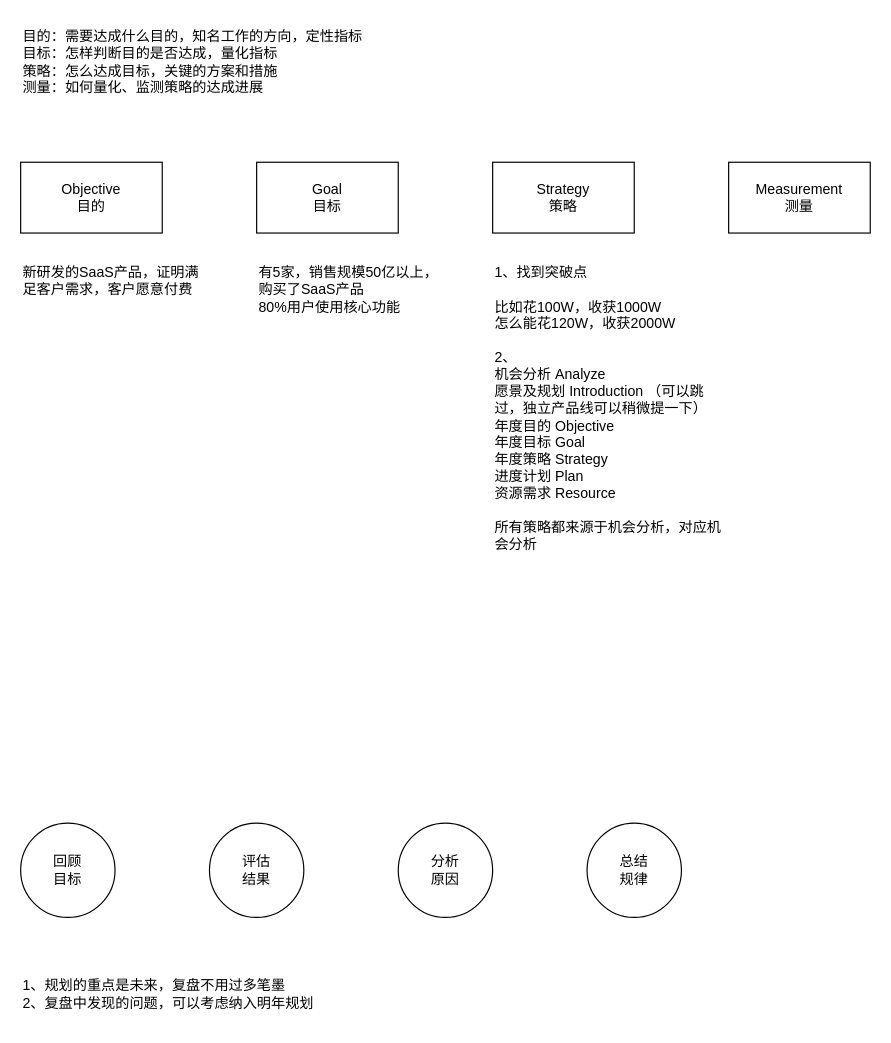
0573xieguojia/To-program keeps this draw.io diagram as LLSI/产品规划方法.drawio. Above is the earlier version. Source tidied: cells renumbered, new cells numbered last; positions are measured from the earlier drawing's top-left corner, leaving out a move shared by most shapes. Both pictures are drawn from the tidied source at 118%, with x=0, y=0 at pixel (20, 20).
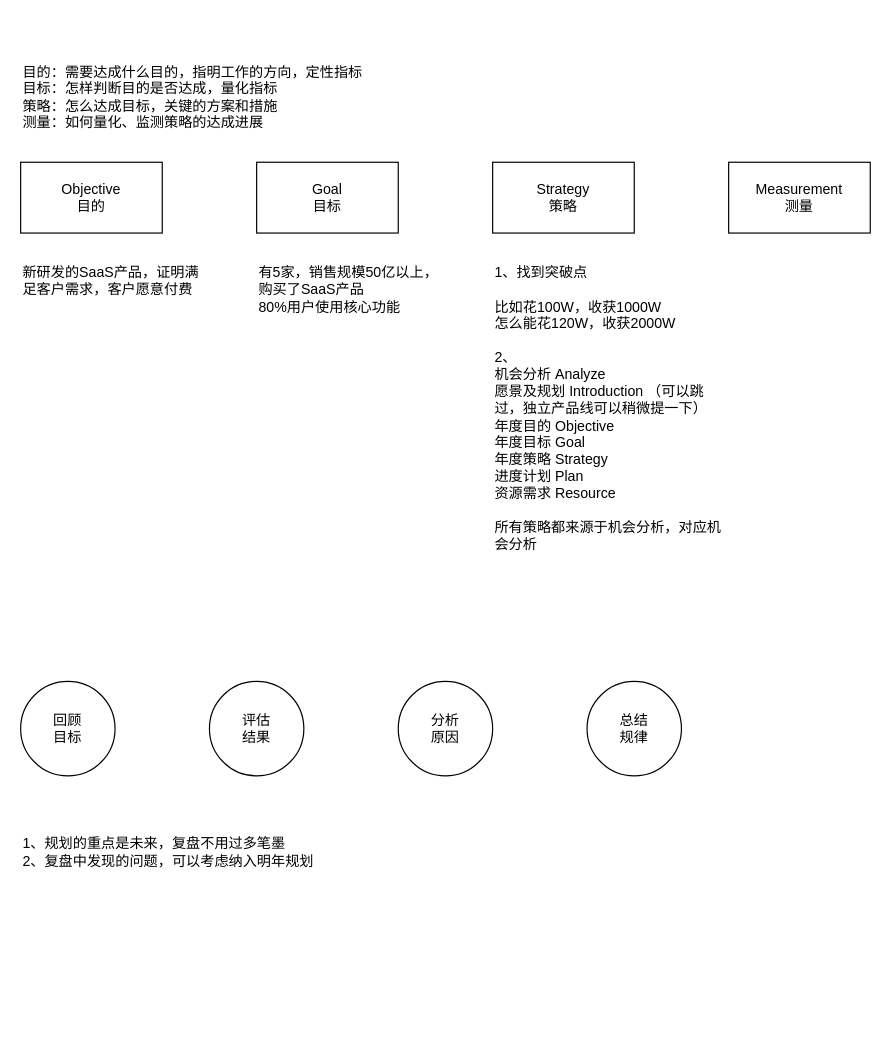
The same page after the edit.

Commit message:
更新产品规划方法.drawio

Diff of the diagram source:
```diff
@@
 <mxGraphModel>
   <root>
     <mxCell id="0" />
     <mxCell id="1" parent="0" />
     <mxCell id="2" value="Objective&lt;br&gt;目的" style="rounded=0;whiteSpace=wrap;html=1;" parent="1" vertex="1">
       <mxGeometry y="120" width="120" height="60" as="geometry" />
     </mxCell>
     <mxCell id="3" value="Goal&lt;br&gt;目标" style="rounded=0;whiteSpace=wrap;html=1;" parent="1" vertex="1">
       <mxGeometry x="200" y="120" width="120" height="60" as="geometry" />
     </mxCell>
     <mxCell id="4" value="Strategy&lt;br&gt;策略" style="rounded=0;whiteSpace=wrap;html=1;" parent="1" vertex="1">
       <mxGeometry x="400" y="120" width="120" height="60" as="geometry" />
     </mxCell>
     <mxCell id="5" value="Measurement&lt;br&gt;测量" style="rounded=0;whiteSpace=wrap;html=1;" parent="1" vertex="1">
       <mxGeometry x="600" y="120" width="120" height="60" as="geometry" />
     </mxCell>
     <mxCell id="6" value="有5家，销售规模50亿以上，购买了SaaS产品&lt;br&gt;80%用户使用核心功能" style="text;html=1;strokeColor=none;fillColor=none;align=left;verticalAlign=top;whiteSpace=wrap;rounded=0;" parent="1" vertex="1">
       <mxGeometry x="200" y="200" width="160" height="50" as="geometry" />
     </mxCell>
-    <mxCell id="7" value="目的：需要达成什么目的，知名工作的方向，定性指标&lt;br&gt;目标：怎样判断目的是否达成，量化指标&lt;br&gt;策略：怎么达成目标，关键的方案和措施&lt;br&gt;测量：如何量化、监测策略的达成进展" style="text;html=1;strokeColor=none;fillColor=none;align=left;verticalAlign=middle;whiteSpace=wrap;rounded=0;" parent="1" vertex="1">
-      <mxGeometry width="300" height="70" as="geometry" />
+    <mxCell id="7" value="目的：需要达成什么目的，指明工作的方向，定性指标&lt;br&gt;目标：怎样判断目的是否达成，量化指标&lt;br&gt;策略：怎么达成目标，关键的方案和措施&lt;br&gt;测量：如何量化、监测策略的达成进展" style="text;html=1;strokeColor=none;fillColor=none;align=left;verticalAlign=middle;whiteSpace=wrap;rounded=0;" parent="1" vertex="1">
+      <mxGeometry y="30" width="300" height="70" as="geometry" />
     </mxCell>
     <mxCell id="8" value="新研发的SaaS产品，证明满足客户需求，客户愿意付费" style="text;html=1;strokeColor=none;fillColor=none;align=left;verticalAlign=top;whiteSpace=wrap;rounded=0;" parent="1" vertex="1">
       <mxGeometry y="200" width="160" height="50" as="geometry" />
     </mxCell>
     <mxCell id="9" value="1、找到突破点&lt;br&gt;&lt;br&gt;比如花100W，收获1000W&lt;br&gt;怎么能花120W，收获2000W&lt;br&gt;&lt;br&gt;2、&lt;br&gt;机会分析 Analyze&lt;br&gt;愿景及规划 Introduction （可以跳过，独立产品线可以稍微提一下）&lt;br&gt;年度目的 Objective&lt;br&gt;年度目标 Goal&lt;br&gt;年度策略 Strategy&lt;br&gt;进度计划 Plan&lt;br&gt;资源需求 Resource&lt;br&gt;&lt;br&gt;所有策略都来源于机会分析，对应机会分析" style="text;html=1;strokeColor=none;fillColor=none;align=left;verticalAlign=top;whiteSpace=wrap;rounded=0;" parent="1" vertex="1">
-      <mxGeometry x="400" y="200" width="200" height="270" as="geometry" />
+      <mxGeometry x="400" y="200" width="200" height="280" as="geometry" />
     </mxCell>
     <mxCell id="10" value="回顾&lt;br&gt;目标" style="ellipse;whiteSpace=wrap;html=1;" parent="1" vertex="1">
-      <mxGeometry y="680" width="80" height="80" as="geometry" />
+      <mxGeometry y="560" width="80" height="80" as="geometry" />
     </mxCell>
     <mxCell id="11" value="评估&lt;br&gt;结果" style="ellipse;whiteSpace=wrap;html=1;" parent="1" vertex="1">
-      <mxGeometry x="160" y="680" width="80" height="80" as="geometry" />
+      <mxGeometry x="160" y="560" width="80" height="80" as="geometry" />
     </mxCell>
     <mxCell id="12" value="分析&lt;br&gt;原因" style="ellipse;whiteSpace=wrap;html=1;" parent="1" vertex="1">
-      <mxGeometry x="320" y="680" width="80" height="80" as="geometry" />
+      <mxGeometry x="320" y="560" width="80" height="80" as="geometry" />
     </mxCell>
     <mxCell id="13" value="总结&lt;br&gt;规律" style="ellipse;whiteSpace=wrap;html=1;" parent="1" vertex="1">
-      <mxGeometry x="480" y="680" width="80" height="80" as="geometry" />
+      <mxGeometry x="480" y="560" width="80" height="80" as="geometry" />
     </mxCell>
     <mxCell id="14" value="1、规划的重点是未来，复盘不用过多笔墨&lt;br&gt;2、复盘中发现的问题，可以考虑纳入明年规划" style="text;html=1;strokeColor=none;fillColor=none;align=left;verticalAlign=middle;whiteSpace=wrap;rounded=0;" parent="1" vertex="1">
-      <mxGeometry y="800" width="260" height="50" as="geometry" />
+      <mxGeometry y="680" width="260" height="50" as="geometry" />
     </mxCell>
   </root>
 </mxGraphModel>
```
